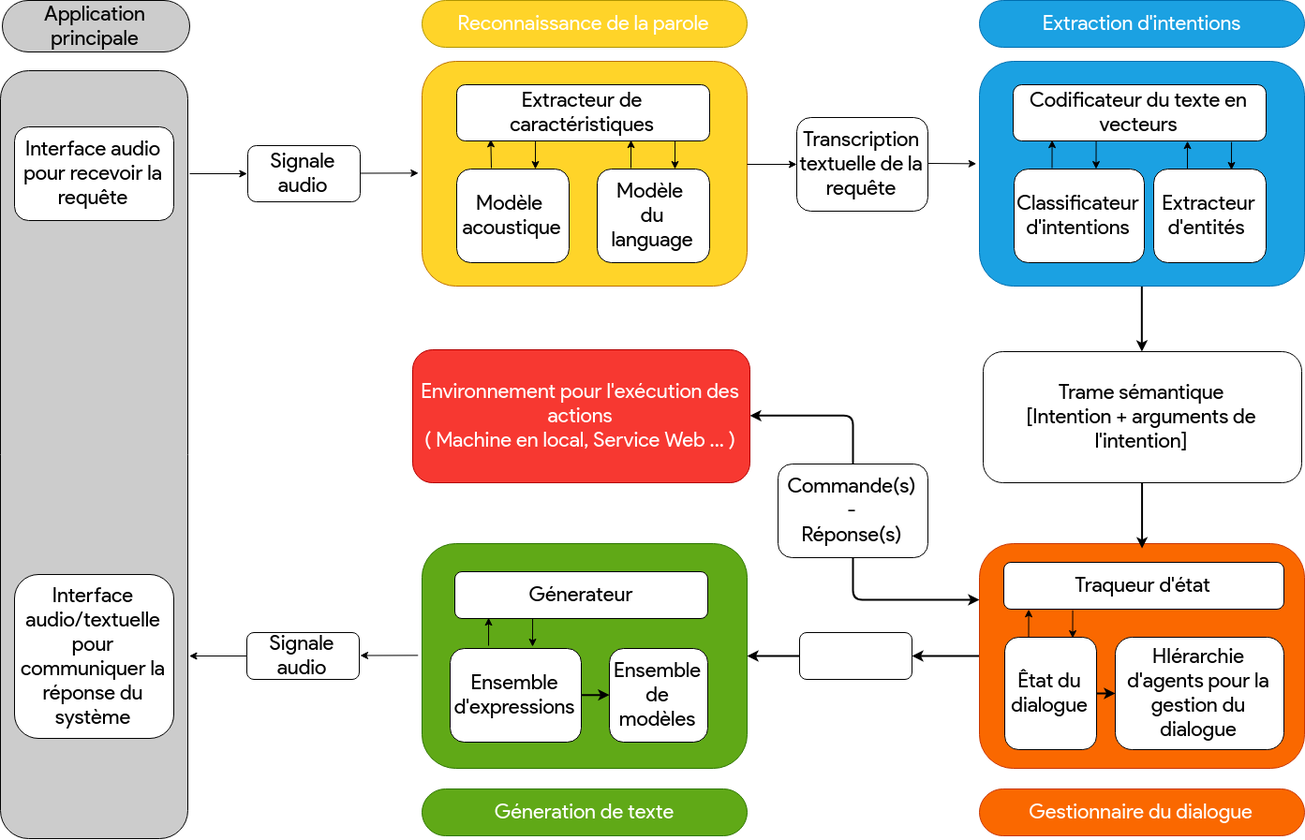
Before: images/SPA_architecture.png, a diagram exported from draw.io (Wissben/Master-Thesis). Source tidied: cells renumbered, new cells last; positions are measured from the earlier drawing's top-left corner, leaving out a move shared by most shapes.
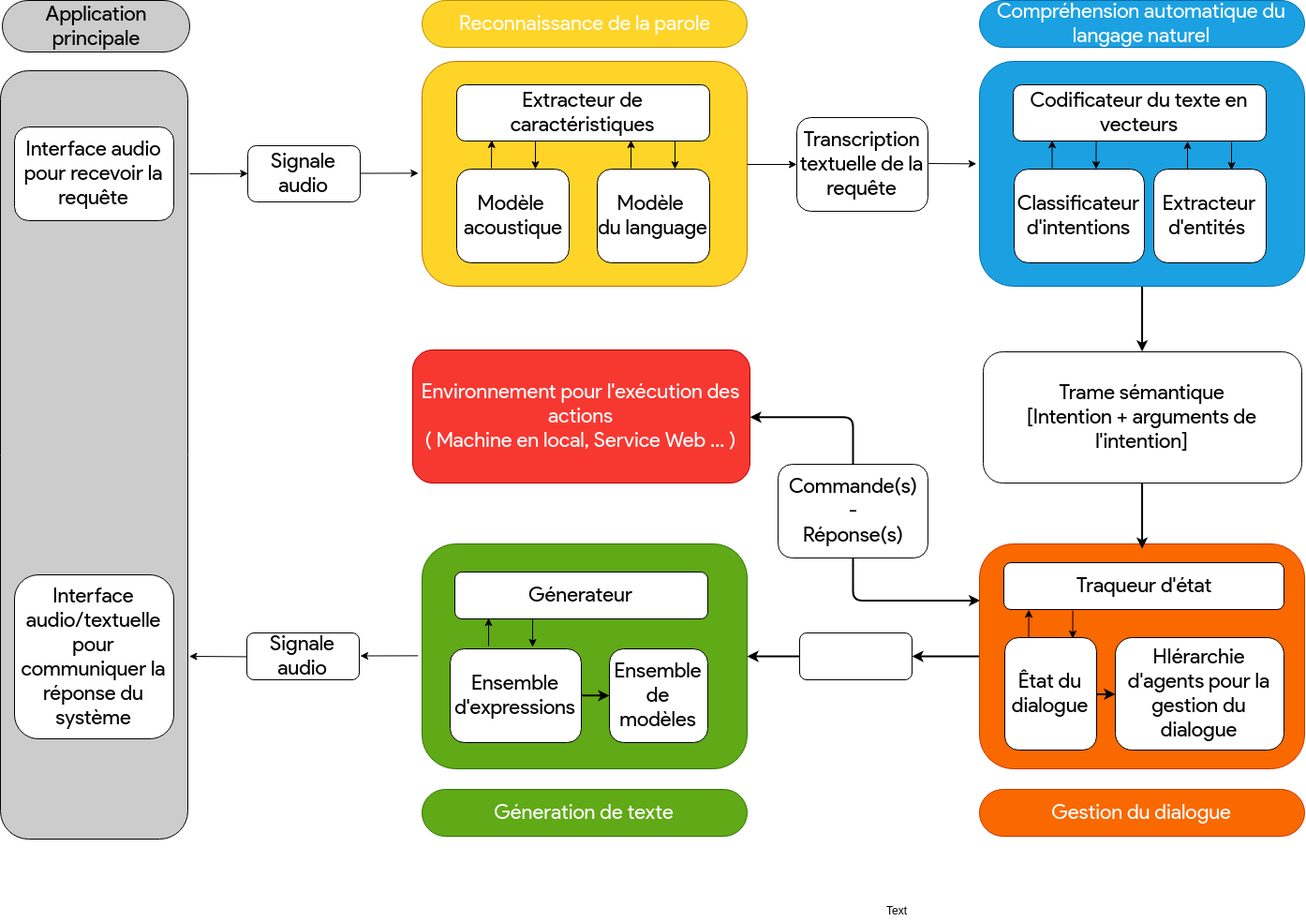
The same diagram one commit later.

The edit, as a diff of the source:
```diff
@@ -159,13 +159,13 @@
         <mxPoint x="1218.6" y="585.2" as="targetPoint" />
       </mxGeometry>
     </mxCell>
-    <mxCell id="42" value="Extraction d'intentions" style="whiteSpace=wrap;html=1;rounded=1;fontSize=22;fontFamily=Lucida Console;fillColor=#1ba1e2;strokeColor=#006EAF;fontColor=#ffffff;arcSize=50;" parent="1" vertex="1">
+    <mxCell id="42" value="Compréhension automatique du langage naturel" style="whiteSpace=wrap;html=1;rounded=1;fontSize=22;fontFamily=Lucida Console;fillColor=#1ba1e2;strokeColor=#006EAF;fontColor=#ffffff;arcSize=50;" parent="1" vertex="1">
       <mxGeometry x="1045" width="347" height="50" as="geometry" />
     </mxCell>
     <mxCell id="43" value="Géneration de texte" style="whiteSpace=wrap;html=1;rounded=1;fontSize=22;fontFamily=Lucida Console;fillColor=#60a917;strokeColor=#2D7600;fontColor=#ffffff;arcSize=50;" parent="1" vertex="1">
       <mxGeometry x="450" y="842" width="347" height="50" as="geometry" />
     </mxCell>
-    <mxCell id="44" value="Gestionnaire du dialogue" style="whiteSpace=wrap;html=1;rounded=1;fontSize=22;fontFamily=Lucida Console;fillColor=#fa6800;strokeColor=#C73500;fontColor=#ffffff;arcSize=50;" parent="1" vertex="1">
+    <mxCell id="44" value="Gestion du dialogue" style="whiteSpace=wrap;html=1;rounded=1;fontSize=22;fontFamily=Lucida Console;fillColor=#fa6800;strokeColor=#C73500;fontColor=#ffffff;arcSize=50;" parent="1" vertex="1">
       <mxGeometry x="1045" y="842" width="347" height="50" as="geometry" />
     </mxCell>
     <mxCell id="45" style="edgeStyle=orthogonalEdgeStyle;jettySize=auto;html=1;startArrow=none;startFill=0;endArrow=classic;endFill=1;strokeWidth=2;fontFamily=Lucida Console;fontSize=22;" parent="1" edge="1" source="46" target="26">
@@ -227,5 +227,8 @@
     <mxCell id="58" value="&lt;font color=&quot;#000000&quot;&gt;Application&lt;br&gt;principale&lt;/font&gt;&lt;br&gt;" style="whiteSpace=wrap;html=1;rounded=1;fontSize=22;fontFamily=Lucida Console;fillColor=#cccccc;strokeColor=#000000;fontColor=#ffffff;arcSize=50;" parent="1" vertex="1">
       <mxGeometry x="2" width="200" height="55" as="geometry" />
     </mxCell>
+    <mxCell id="59" value="Text" style="text;html=1;align=left;verticalAlign=top;spacingTop=-4;" parent="1" vertex="1">
+      <mxGeometry x="944" y="962" width="40" height="20" as="geometry" />
+    </mxCell>
   </root>
 </mxGraphModel>
```
